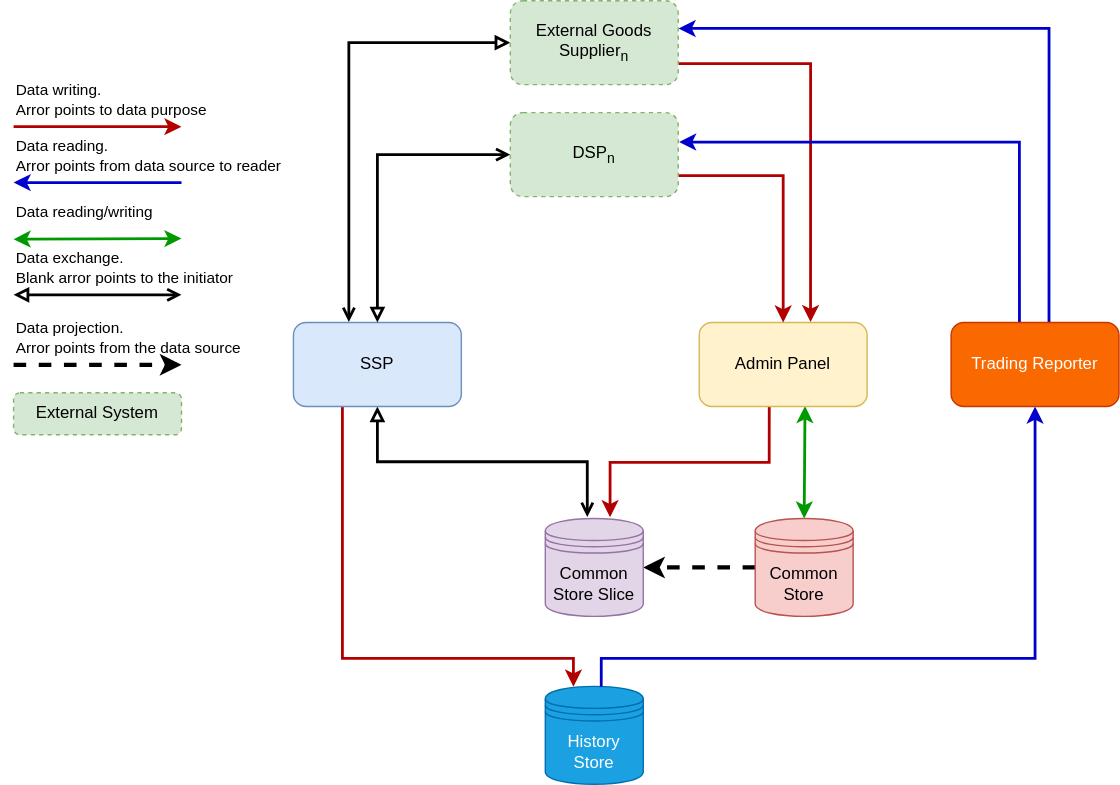
RTB-Project/Auctioneer keeps this draw.io diagram as doc/architecture.svg. Above is the earlier version. Source tidied: cells renumbered, new cells last; positions are measured from the earlier drawing's top-left corner, leaving out a move shared by most shapes. Its diagram source:
```xml
<mxGraphModel>
  <root>
    <mxCell id="0" />
    <mxCell id="1" parent="0" />
    <mxCell id="2" style="edgeStyle=orthogonalEdgeStyle;rounded=0;jettySize=auto;html=1;startArrow=block;startFill=0;exitX=0.5;exitY=1;exitDx=0;exitDy=0;endArrow=open;endFill=0;fillColor=#fa6800;strokeWidth=2;labelBackgroundColor=none;" parent="1" edge="1" source="4">
      <mxGeometry relative="1" as="geometry">
        <mxPoint x="410" y="369" as="targetPoint" />
      </mxGeometry>
    </mxCell>
    <mxCell id="3" style="rounded=0;jettySize=auto;html=1;edgeStyle=orthogonalEdgeStyle;entryX=0.287;entryY=0.003;entryDx=0;entryDy=0;entryPerimeter=0;fillColor=#e51400;strokeColor=#B20000;strokeWidth=2;labelBackgroundColor=none;" parent="1" edge="1" target="30">
      <mxGeometry relative="1" as="geometry">
        <mxPoint x="235" y="290" as="sourcePoint" />
        <Array as="points">
          <mxPoint x="235" y="470" />
          <mxPoint x="400" y="470" />
        </Array>
      </mxGeometry>
    </mxCell>
    <mxCell id="4" value="SSP" style="rounded=1;whiteSpace=wrap;html=1;fillColor=#dae8fc;strokeColor=#6c8ebf;labelBackgroundColor=none;" parent="1" vertex="1">
      <mxGeometry x="200" y="230" width="120" height="60" as="geometry" />
    </mxCell>
    <mxCell id="5" style="rounded=0;jettySize=auto;html=1;entryX=0.5;entryY=0;entryDx=0;entryDy=0;startArrow=classic;startFill=1;exitX=0.63;exitY=0.995;exitDx=0;exitDy=0;exitPerimeter=0;strokeWidth=2;fillColor=#6d8764;strokeColor=#009900;labelBackgroundColor=none;" parent="1" edge="1" source="7" target="9">
      <mxGeometry relative="1" as="geometry" />
    </mxCell>
    <mxCell id="6" style="edgeStyle=orthogonalEdgeStyle;rounded=0;jettySize=auto;html=1;entryX=0.661;entryY=-0.012;entryDx=0;entryDy=0;startArrow=none;startFill=0;exitX=0.417;exitY=1;exitDx=0;exitDy=0;entryPerimeter=0;exitPerimeter=0;endArrow=classic;endFill=1;strokeColor=#B20000;fillColor=#e51400;strokeWidth=2;labelBackgroundColor=none;" parent="1" edge="1" source="7" target="10">
      <mxGeometry relative="1" as="geometry" />
    </mxCell>
    <mxCell id="7" value="Admin Panel" style="rounded=1;whiteSpace=wrap;html=1;fillColor=#fff2cc;strokeColor=#d6b656;labelBackgroundColor=none;" parent="1" vertex="1">
      <mxGeometry x="490" y="230" width="120" height="60" as="geometry" />
    </mxCell>
    <mxCell id="8" style="edgeStyle=orthogonalEdgeStyle;rounded=0;jettySize=auto;html=1;entryX=1;entryY=0.5;entryDx=0;entryDy=0;startArrow=none;startFill=0;endArrow=classic;endFill=1;dashed=1;strokeWidth=3;labelBackgroundColor=none;" parent="1" edge="1" source="9" target="10">
      <mxGeometry relative="1" as="geometry" />
    </mxCell>
    <mxCell id="9" value="Common Store" style="shape=datastore;whiteSpace=wrap;html=1;fillColor=#f8cecc;strokeColor=#b85450;labelBackgroundColor=none;" parent="1" vertex="1">
      <mxGeometry x="530" y="370" width="70" height="70" as="geometry" />
    </mxCell>
    <mxCell id="10" value="Common Store Slice" style="shape=datastore;whiteSpace=wrap;html=1;fillColor=#e1d5e7;strokeColor=#9673a6;labelBackgroundColor=none;" parent="1" vertex="1">
      <mxGeometry x="380" y="370" width="70" height="70" as="geometry" />
    </mxCell>
    <mxCell id="11" style="edgeStyle=orthogonalEdgeStyle;rounded=0;jettySize=auto;html=1;entryX=0.5;entryY=0;entryDx=0;entryDy=0;startArrow=open;startFill=0;endArrow=block;endFill=0;strokeWidth=2;fillColor=#fa6800;labelBackgroundColor=none;" parent="1" edge="1" source="13" target="4">
      <mxGeometry relative="1" as="geometry" />
    </mxCell>
    <mxCell id="12" style="edgeStyle=orthogonalEdgeStyle;rounded=0;jettySize=auto;html=1;entryX=0.5;entryY=0;entryDx=0;entryDy=0;startArrow=none;startFill=0;endArrow=classic;endFill=1;strokeWidth=2;fillColor=#e51400;strokeColor=#B20000;exitX=1;exitY=0.75;exitDx=0;exitDy=0;labelBackgroundColor=none;" parent="1" edge="1" source="13" target="7">
      <mxGeometry relative="1" as="geometry" />
    </mxCell>
    <mxCell id="13" value="DSP&lt;sub&gt;n&lt;/sub&gt;" style="rounded=1;whiteSpace=wrap;html=1;dashed=1;fillColor=#d5e8d4;strokeColor=#82b366;labelBackgroundColor=none;" parent="1" vertex="1">
      <mxGeometry x="355" y="80" width="120" height="60" as="geometry" />
    </mxCell>
    <mxCell id="14" style="edgeStyle=orthogonalEdgeStyle;rounded=0;jettySize=auto;html=1;startArrow=block;startFill=0;endArrow=open;endFill=0;strokeWidth=2;entryX=0.33;entryY=-0.007;entryDx=0;entryDy=0;entryPerimeter=0;fillColor=#fa6800;labelBackgroundColor=none;" parent="1" edge="1" source="17" target="4">
      <mxGeometry relative="1" as="geometry" />
    </mxCell>
    <mxCell id="15" style="edgeStyle=orthogonalEdgeStyle;rounded=0;jettySize=auto;html=1;entryX=0.663;entryY=-0.005;entryDx=0;entryDy=0;entryPerimeter=0;startArrow=none;startFill=0;endArrow=classic;endFill=1;strokeWidth=2;fillColor=#e51400;strokeColor=#B20000;exitX=1;exitY=0.75;exitDx=0;exitDy=0;labelBackgroundColor=none;" parent="1" edge="1" source="17" target="7">
      <mxGeometry relative="1" as="geometry" />
    </mxCell>
    <mxCell id="16" style="edgeStyle=orthogonalEdgeStyle;rounded=0;jettySize=auto;html=1;entryX=0.583;entryY=0;entryDx=0;entryDy=0;entryPerimeter=0;startArrow=classic;startFill=1;endArrow=none;endFill=0;strokeColor=#0000CC;strokeWidth=2;exitX=1.002;exitY=0.33;exitDx=0;exitDy=0;exitPerimeter=0;labelBackgroundColor=none;" parent="1" edge="1" source="17" target="33">
      <mxGeometry relative="1" as="geometry" />
    </mxCell>
    <mxCell id="17" value="External Goods Supplier&lt;sub&gt;n&lt;/sub&gt;" style="rounded=1;whiteSpace=wrap;html=1;dashed=1;fillColor=#d5e8d4;strokeColor=#82b366;labelBackgroundColor=none;" parent="1" vertex="1">
      <mxGeometry x="355" width="120" height="60" as="geometry" />
    </mxCell>
    <mxCell id="18" style="group;labelBackgroundColor=none;" parent="1" vertex="1">
      <mxGeometry y="90" width="120" height="180" as="geometry" />
    </mxCell>
    <mxCell id="19" style="endArrow=classic;html=1;strokeWidth=2;fillColor=#e51400;strokeColor=#B20000;labelBackgroundColor=none;" parent="18" edge="1">
      <mxGeometry relative="1" as="geometry">
        <mxPoint as="sourcePoint" />
        <mxPoint x="120" as="targetPoint" />
      </mxGeometry>
    </mxCell>
    <mxCell id="20" value="Data writing.&lt;br&gt;Arror points to data purpose" style="edgeLabel;html=1;align=left;verticalAlign=middle;labelBackgroundColor=none;" parent="19" vertex="1">
      <mxGeometry x="-0.49" y="-4" relative="1" as="geometry">
        <mxPoint x="-30" y="-24" as="offset" />
      </mxGeometry>
    </mxCell>
    <mxCell id="21" style="endArrow=open;html=1;strokeWidth=2;endFill=0;startArrow=block;startFill=0;fillColor=#dae8fc;gradientColor=#7ea6e0;labelBackgroundColor=none;" parent="18" edge="1">
      <mxGeometry relative="1" as="geometry">
        <mxPoint y="120.2" as="sourcePoint" />
        <mxPoint x="120" y="120.2" as="targetPoint" />
      </mxGeometry>
    </mxCell>
    <mxCell id="22" value="Data exchange.&amp;nbsp;&lt;br&gt;Blank arror points to the initiator" style="edgeLabel;html=1;align=left;verticalAlign=middle;labelBackgroundColor=none;" parent="21" vertex="1">
      <mxGeometry x="0.07" y="1" relative="1" as="geometry">
        <mxPoint x="-64" y="-19" as="offset" />
      </mxGeometry>
    </mxCell>
    <mxCell id="23" style="endArrow=classic;startArrow=classic;html=1;strokeWidth=2;strokeColor=#009900;labelBackgroundColor=none;" parent="18" edge="1">
      <mxGeometry relative="1" as="geometry">
        <mxPoint y="80.4" as="sourcePoint" />
        <mxPoint x="120" y="80" as="targetPoint" />
      </mxGeometry>
    </mxCell>
    <mxCell id="24" value="Data reading/writing" style="edgeLabel;html=1;align=left;verticalAlign=middle;labelBackgroundColor=none;" parent="23" vertex="1">
      <mxGeometry x="-0.07" relative="1" as="geometry">
        <mxPoint x="-55.6" y="-20" as="offset" />
      </mxGeometry>
    </mxCell>
    <mxCell id="25" style="endArrow=classic;html=1;strokeWidth=3;dashed=1;labelBackgroundColor=none;" parent="18" edge="1">
      <mxGeometry relative="1" as="geometry">
        <mxPoint y="170.2" as="sourcePoint" />
        <mxPoint x="120" y="170.2" as="targetPoint" />
      </mxGeometry>
    </mxCell>
    <mxCell id="26" value="Data projection. &lt;br&gt;Arror points from the data source" style="edgeLabel;html=1;align=left;verticalAlign=middle;labelBackgroundColor=none;" parent="25" vertex="1">
      <mxGeometry x="-0.41" y="5" relative="1" as="geometry">
        <mxPoint x="-35.8" y="-15" as="offset" />
      </mxGeometry>
    </mxCell>
    <mxCell id="27" value="External System" style="rounded=1;whiteSpace=wrap;html=1;dashed=1;fillColor=#d5e8d4;strokeColor=#82b366;labelBackgroundColor=none;" parent="18" vertex="1">
      <mxGeometry y="190.2" width="120" height="30" as="geometry" />
    </mxCell>
    <mxCell id="28" style="endArrow=none;html=1;startArrow=classic;startFill=1;endFill=0;fillColor=#0050ef;strokeColor=#0000CC;strokeWidth=2;labelBackgroundColor=none;" parent="18" edge="1">
      <mxGeometry relative="1" as="geometry">
        <mxPoint y="40" as="sourcePoint" />
        <mxPoint x="120" y="40" as="targetPoint" />
      </mxGeometry>
    </mxCell>
    <mxCell id="29" value="Data reading.&amp;nbsp;&lt;br&gt;Arror points from data source to reader" style="edgeLabel;html=1;align=left;verticalAlign=middle;labelBackgroundColor=none;" parent="28" vertex="1">
      <mxGeometry x="-0.48" y="3" relative="1" as="geometry">
        <mxPoint x="-30.8" y="-17" as="offset" />
      </mxGeometry>
    </mxCell>
    <mxCell id="30" value="History Store" style="shape=datastore;whiteSpace=wrap;html=1;fillColor=#1ba1e2;strokeColor=#006EAF;fontColor=#ffffff;labelBackgroundColor=none;" parent="1" vertex="1">
      <mxGeometry x="380" y="490" width="70" height="70" as="geometry" />
    </mxCell>
    <mxCell id="31" style="edgeStyle=orthogonalEdgeStyle;rounded=0;jettySize=auto;html=1;entryX=0.571;entryY=0.004;entryDx=0;entryDy=0;entryPerimeter=0;endArrow=none;endFill=0;startArrow=classic;startFill=1;fillColor=#cdeb8b;strokeWidth=2;strokeColor=#0000CC;labelBackgroundColor=none;" parent="1" edge="1" source="33" target="30">
      <mxGeometry relative="1" as="geometry">
        <Array as="points">
          <mxPoint x="730" y="470" />
          <mxPoint x="420" y="470" />
        </Array>
      </mxGeometry>
    </mxCell>
    <mxCell id="32" style="rounded=0;jettySize=auto;html=1;startArrow=none;startFill=0;endArrow=classic;endFill=1;strokeWidth=2;entryX=1.005;entryY=0.35;entryDx=0;entryDy=0;entryPerimeter=0;edgeStyle=orthogonalEdgeStyle;exitX=0.407;exitY=0.017;exitDx=0;exitDy=0;strokeColor=#0000CC;exitPerimeter=0;labelBackgroundColor=none;" parent="1" edge="1" source="33" target="13">
      <mxGeometry relative="1" as="geometry" />
    </mxCell>
    <mxCell id="33" value="Trading Reporter" style="rounded=1;whiteSpace=wrap;html=1;fillColor=#fa6800;strokeColor=#C73500;fontColor=#ffffff;labelBackgroundColor=none;" parent="1" vertex="1">
      <mxGeometry x="670" y="230" width="120" height="60" as="geometry" />
    </mxCell>
  </root>
</mxGraphModel>
```
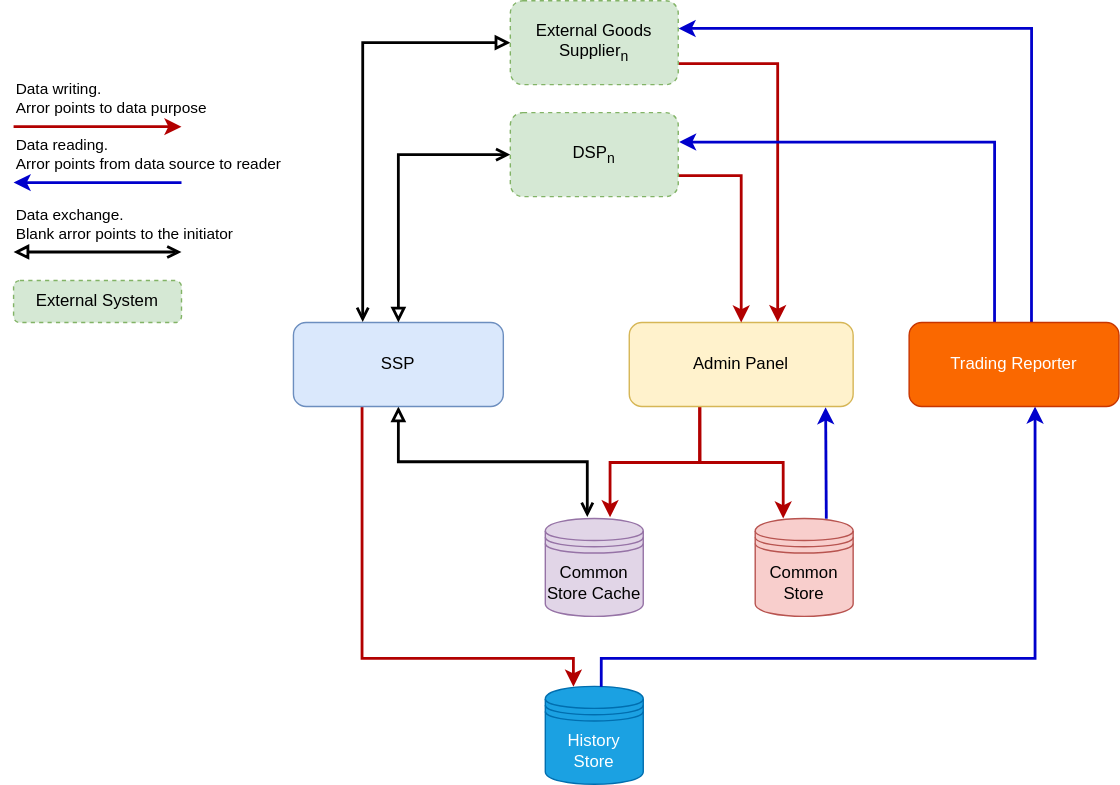
The same file after the commit.

Diff of the diagram source:
```diff
@@ -7,34 +7,43 @@
         <mxPoint x="410" y="369" as="targetPoint" />
       </mxGeometry>
     </mxCell>
-    <mxCell id="3" style="rounded=0;jettySize=auto;html=1;edgeStyle=orthogonalEdgeStyle;entryX=0.287;entryY=0.003;entryDx=0;entryDy=0;entryPerimeter=0;fillColor=#e51400;strokeColor=#B20000;strokeWidth=2;labelBackgroundColor=none;" parent="1" edge="1" target="30">
+    <mxCell id="3" style="rounded=0;jettySize=auto;html=1;edgeStyle=orthogonalEdgeStyle;entryX=0.287;entryY=0.003;entryDx=0;entryDy=0;entryPerimeter=0;fillColor=#e51400;strokeColor=#B20000;strokeWidth=2;labelBackgroundColor=none;exitX=0.327;exitY=1.004;exitDx=0;exitDy=0;exitPerimeter=0;" parent="1" edge="1" source="4" target="30">
       <mxGeometry relative="1" as="geometry">
-        <mxPoint x="235" y="290" as="sourcePoint" />
         <Array as="points">
-          <mxPoint x="235" y="470" />
+          <mxPoint x="249" y="470" />
           <mxPoint x="400" y="470" />
         </Array>
       </mxGeometry>
     </mxCell>
     <mxCell id="4" value="SSP" style="rounded=1;whiteSpace=wrap;html=1;fillColor=#dae8fc;strokeColor=#6c8ebf;labelBackgroundColor=none;" parent="1" vertex="1">
-      <mxGeometry x="200" y="230" width="120" height="60" as="geometry" />
+      <mxGeometry x="200" y="230" width="150" height="60" as="geometry" />
     </mxCell>
-    <mxCell id="5" style="rounded=0;jettySize=auto;html=1;entryX=0.5;entryY=0;entryDx=0;entryDy=0;startArrow=classic;startFill=1;exitX=0.63;exitY=0.995;exitDx=0;exitDy=0;exitPerimeter=0;strokeWidth=2;fillColor=#6d8764;strokeColor=#009900;labelBackgroundColor=none;" parent="1" edge="1" source="7" target="9">
-      <mxGeometry relative="1" as="geometry" />
-    </mxCell>
-    <mxCell id="6" style="edgeStyle=orthogonalEdgeStyle;rounded=0;jettySize=auto;html=1;entryX=0.661;entryY=-0.012;entryDx=0;entryDy=0;startArrow=none;startFill=0;exitX=0.417;exitY=1;exitDx=0;exitDy=0;entryPerimeter=0;exitPerimeter=0;endArrow=classic;endFill=1;strokeColor=#B20000;fillColor=#e51400;strokeWidth=2;labelBackgroundColor=none;" parent="1" edge="1" source="7" target="10">
-      <mxGeometry relative="1" as="geometry" />
+    <mxCell id="6" style="edgeStyle=orthogonalEdgeStyle;rounded=0;jettySize=auto;html=1;entryX=0.661;entryY=-0.012;entryDx=0;entryDy=0;startArrow=none;startFill=0;exitX=0.316;exitY=1.005;exitDx=0;exitDy=0;entryPerimeter=0;exitPerimeter=0;endArrow=classic;endFill=1;strokeColor=#B20000;fillColor=#e51400;strokeWidth=2;labelBackgroundColor=none;" parent="1" edge="1" source="7" target="10">
+      <mxGeometry relative="1" as="geometry">
+        <Array as="points">
+          <mxPoint x="491" y="330" />
+          <mxPoint x="426" y="330" />
+        </Array>
+      </mxGeometry>
     </mxCell>
+    <mxCell id="34" style="edgeStyle=orthogonalEdgeStyle;rounded=0;jettySize=auto;html=1;exitX=0.314;exitY=1.002;exitDx=0;exitDy=0;exitPerimeter=0;entryX=0.286;entryY=0;entryDx=0;entryDy=0;strokeColor=#B20000;strokeWidth=2;fillColor=#e51400;labelBackgroundColor=none;endFill=1;startFill=0;entryPerimeter=0;" parent="1" edge="1" source="7" target="9">
+      <mxGeometry relative="1" as="geometry">
+        <Array as="points">
+          <mxPoint x="490" y="330" />
+          <mxPoint x="550" y="330" />
+        </Array>
+      </mxGeometry>
+    </mxCell>
+    <mxCell id="35" style="rounded=0;jettySize=auto;html=1;entryX=0.726;entryY=0.003;entryDx=0;entryDy=0;entryPerimeter=0;strokeColor=#0000CC;strokeWidth=2;labelBackgroundColor=none;endFill=0;startFill=1;exitX=0.877;exitY=1.008;exitDx=0;exitDy=0;startArrow=classic;endArrow=none;exitPerimeter=0;" parent="1" edge="1" source="7" target="9">
+      <mxGeometry relative="1" as="geometry" />
+    </mxCell>
     <mxCell id="7" value="Admin Panel" style="rounded=1;whiteSpace=wrap;html=1;fillColor=#fff2cc;strokeColor=#d6b656;labelBackgroundColor=none;" parent="1" vertex="1">
-      <mxGeometry x="490" y="230" width="120" height="60" as="geometry" />
+      <mxGeometry x="440" y="230" width="160" height="60" as="geometry" />
     </mxCell>
-    <mxCell id="8" style="edgeStyle=orthogonalEdgeStyle;rounded=0;jettySize=auto;html=1;entryX=1;entryY=0.5;entryDx=0;entryDy=0;startArrow=none;startFill=0;endArrow=classic;endFill=1;dashed=1;strokeWidth=3;labelBackgroundColor=none;" parent="1" edge="1" source="9" target="10">
-      <mxGeometry relative="1" as="geometry" />
-    </mxCell>
     <mxCell id="9" value="Common Store" style="shape=datastore;whiteSpace=wrap;html=1;fillColor=#f8cecc;strokeColor=#b85450;labelBackgroundColor=none;" parent="1" vertex="1">
       <mxGeometry x="530" y="370" width="70" height="70" as="geometry" />
     </mxCell>
-    <mxCell id="10" value="Common Store Slice" style="shape=datastore;whiteSpace=wrap;html=1;fillColor=#e1d5e7;strokeColor=#9673a6;labelBackgroundColor=none;" parent="1" vertex="1">
+    <mxCell id="10" value="Common Store Cache" style="shape=datastore;whiteSpace=wrap;html=1;fillColor=#e1d5e7;strokeColor=#9673a6;labelBackgroundColor=none;" parent="1" vertex="1">
       <mxGeometry x="380" y="370" width="70" height="70" as="geometry" />
     </mxCell>
     <mxCell id="11" style="edgeStyle=orthogonalEdgeStyle;rounded=0;jettySize=auto;html=1;entryX=0.5;entryY=0;entryDx=0;entryDy=0;startArrow=open;startFill=0;endArrow=block;endFill=0;strokeWidth=2;fillColor=#fa6800;labelBackgroundColor=none;" parent="1" edge="1" source="13" target="4">
@@ -74,8 +83,8 @@
     </mxCell>
     <mxCell id="21" style="endArrow=open;html=1;strokeWidth=2;endFill=0;startArrow=block;startFill=0;fillColor=#dae8fc;gradientColor=#7ea6e0;labelBackgroundColor=none;" parent="18" edge="1">
       <mxGeometry relative="1" as="geometry">
-        <mxPoint y="120.2" as="sourcePoint" />
-        <mxPoint x="120" y="120.2" as="targetPoint" />
+        <mxPoint y="89.6" as="sourcePoint" />
+        <mxPoint x="120" y="89.6" as="targetPoint" />
       </mxGeometry>
     </mxCell>
     <mxCell id="22" value="Data exchange.&amp;nbsp;&lt;br&gt;Blank arror points to the initiator" style="edgeLabel;html=1;align=left;verticalAlign=middle;labelBackgroundColor=none;" parent="21" vertex="1">
@@ -83,30 +92,8 @@
         <mxPoint x="-64" y="-19" as="offset" />
       </mxGeometry>
     </mxCell>
-    <mxCell id="23" style="endArrow=classic;startArrow=classic;html=1;strokeWidth=2;strokeColor=#009900;labelBackgroundColor=none;" parent="18" edge="1">
-      <mxGeometry relative="1" as="geometry">
-        <mxPoint y="80.4" as="sourcePoint" />
-        <mxPoint x="120" y="80" as="targetPoint" />
-      </mxGeometry>
-    </mxCell>
-    <mxCell id="24" value="Data reading/writing" style="edgeLabel;html=1;align=left;verticalAlign=middle;labelBackgroundColor=none;" parent="23" vertex="1">
-      <mxGeometry x="-0.07" relative="1" as="geometry">
-        <mxPoint x="-55.6" y="-20" as="offset" />
-      </mxGeometry>
-    </mxCell>
-    <mxCell id="25" style="endArrow=classic;html=1;strokeWidth=3;dashed=1;labelBackgroundColor=none;" parent="18" edge="1">
-      <mxGeometry relative="1" as="geometry">
-        <mxPoint y="170.2" as="sourcePoint" />
-        <mxPoint x="120" y="170.2" as="targetPoint" />
-      </mxGeometry>
-    </mxCell>
-    <mxCell id="26" value="Data projection. &lt;br&gt;Arror points from the data source" style="edgeLabel;html=1;align=left;verticalAlign=middle;labelBackgroundColor=none;" parent="25" vertex="1">
-      <mxGeometry x="-0.41" y="5" relative="1" as="geometry">
-        <mxPoint x="-35.8" y="-15" as="offset" />
-      </mxGeometry>
-    </mxCell>
     <mxCell id="27" value="External System" style="rounded=1;whiteSpace=wrap;html=1;dashed=1;fillColor=#d5e8d4;strokeColor=#82b366;labelBackgroundColor=none;" parent="18" vertex="1">
-      <mxGeometry y="190.2" width="120" height="30" as="geometry" />
+      <mxGeometry y="110" width="120" height="30" as="geometry" />
     </mxCell>
     <mxCell id="28" style="endArrow=none;html=1;startArrow=classic;startFill=1;endFill=0;fillColor=#0050ef;strokeColor=#0000CC;strokeWidth=2;labelBackgroundColor=none;" parent="18" edge="1">
       <mxGeometry relative="1" as="geometry">
@@ -134,7 +121,7 @@
       <mxGeometry relative="1" as="geometry" />
     </mxCell>
     <mxCell id="33" value="Trading Reporter" style="rounded=1;whiteSpace=wrap;html=1;fillColor=#fa6800;strokeColor=#C73500;fontColor=#ffffff;labelBackgroundColor=none;" parent="1" vertex="1">
-      <mxGeometry x="670" y="230" width="120" height="60" as="geometry" />
+      <mxGeometry x="640" y="230" width="150" height="60" as="geometry" />
     </mxCell>
   </root>
 </mxGraphModel>
```
